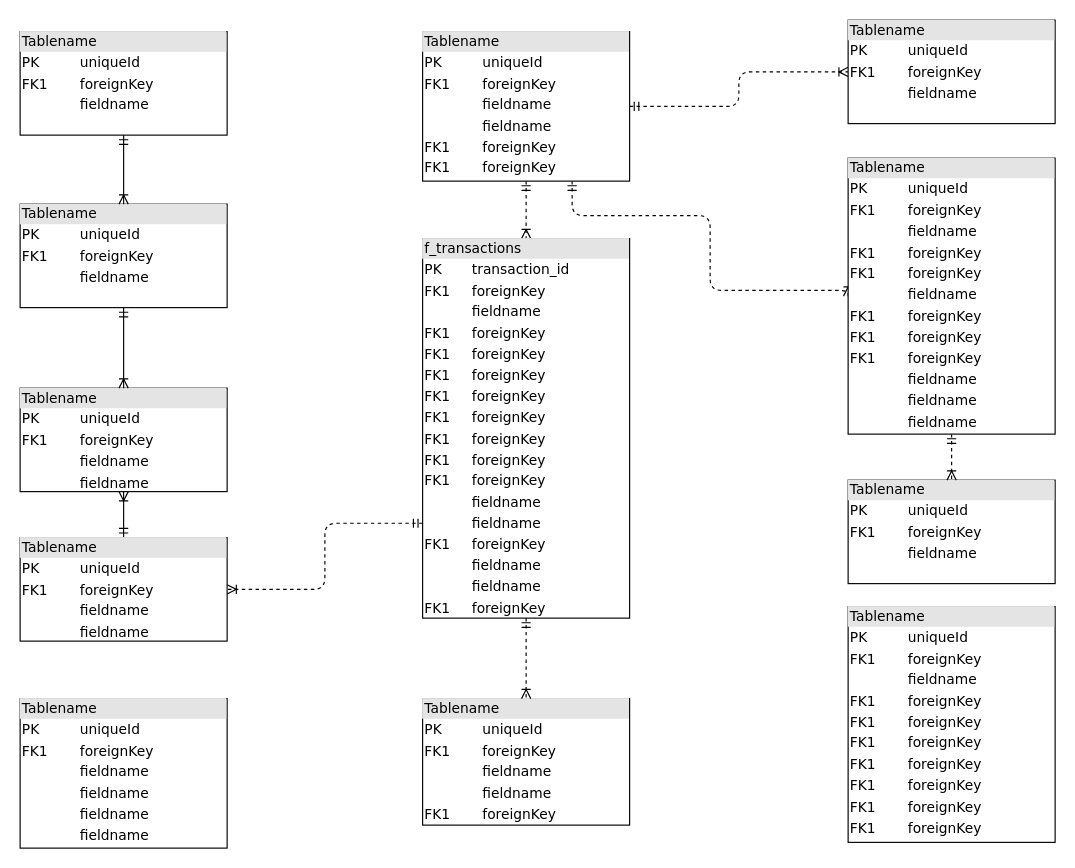
Earlier version of the draw.io diagram Untitled Diagram.drawio (kimgiao1202/my-monmon). Source tidied: cells renumbered, new cells numbered last; positions are measured from the earlier drawing's top-left corner, leaving out a move shared by most shapes. Both pictures are drawn from the tidied source at 115%, with x=0, y=0 at pixel (20, 20).
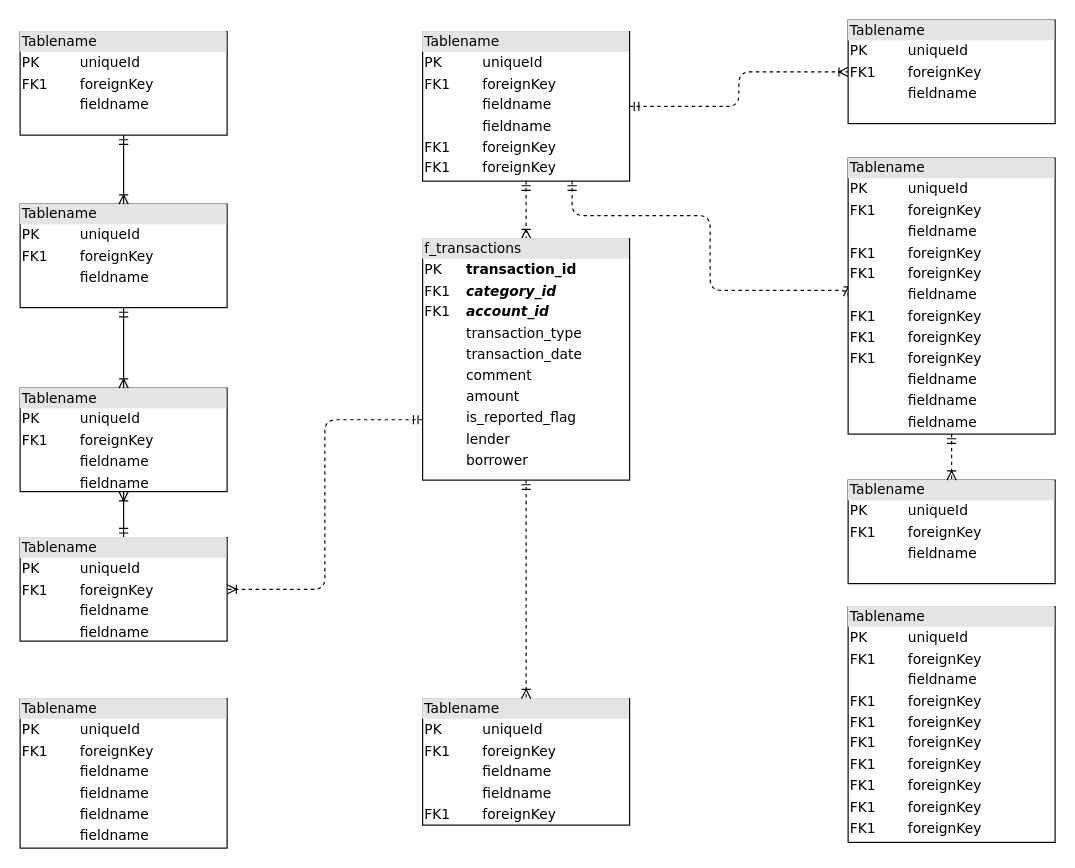
The same diagram, later.

Diff of the diagram source:
```diff
@@
-    <mxCell id="16" value="&lt;div style=&quot;box-sizing: border-box; width: 100%; background: rgb(228, 228, 228); padding: 2px;&quot;&gt;f_transactions&lt;/div&gt;&lt;table style=&quot;width: 100% ; font-size: 1em&quot; cellpadding=&quot;2&quot; cellspacing=&quot;0&quot;&gt;&lt;tbody&gt;&lt;tr&gt;&lt;td&gt;PK&lt;/td&gt;&lt;td&gt;transaction_id&lt;/td&gt;&lt;/tr&gt;&lt;tr&gt;&lt;td&gt;FK1&lt;/td&gt;&lt;td&gt;foreignKey&lt;/td&gt;&lt;/tr&gt;&lt;tr&gt;&lt;td&gt;&lt;/td&gt;&lt;td&gt;fieldname&lt;/td&gt;&lt;/tr&gt;&lt;tr&gt;&lt;td&gt;FK1&lt;br&gt;&lt;/td&gt;&lt;td&gt;foreignKey&lt;br&gt;&lt;/td&gt;&lt;/tr&gt;&lt;tr&gt;&lt;td&gt;FK1&lt;br&gt;&lt;/td&gt;&lt;td&gt;foreignKey&lt;br&gt;&lt;/td&gt;&lt;/tr&gt;&lt;tr&gt;&lt;td&gt;FK1&lt;br&gt;&lt;/td&gt;&lt;td&gt;foreignKey&lt;br&gt;&lt;/td&gt;&lt;/tr&gt;&lt;tr&gt;&lt;td&gt;FK1&lt;br&gt;&lt;/td&gt;&lt;td&gt;foreignKey&lt;br&gt;&lt;/td&gt;&lt;/tr&gt;&lt;tr&gt;&lt;td&gt;FK1&lt;br&gt;&lt;/td&gt;&lt;td&gt;foreignKey&lt;br&gt;&lt;/td&gt;&lt;/tr&gt;&lt;tr&gt;&lt;td&gt;FK1&lt;br&gt;&lt;/td&gt;&lt;td&gt;foreignKey&lt;br&gt;&lt;/td&gt;&lt;/tr&gt;&lt;tr&gt;&lt;td&gt;FK1&lt;br&gt;&lt;/td&gt;&lt;td&gt;foreignKey&lt;br&gt;&lt;/td&gt;&lt;/tr&gt;&lt;tr&gt;&lt;td&gt;FK1&lt;br&gt;&lt;/td&gt;&lt;td&gt;foreignKey&lt;br&gt;&lt;/td&gt;&lt;/tr&gt;&lt;tr&gt;&lt;td&gt;&lt;br&gt;&lt;/td&gt;&lt;td&gt;fieldname&lt;br&gt;&lt;/td&gt;&lt;/tr&gt;&lt;tr&gt;&lt;td&gt;&lt;br&gt;&lt;/td&gt;&lt;td&gt;fieldname&lt;br&gt;&lt;/td&gt;&lt;/tr&gt;&lt;tr&gt;&lt;td&gt;FK1&lt;br&gt;&lt;/td&gt;&lt;td&gt;foreignKey&lt;br&gt;&lt;/td&gt;&lt;/tr&gt;&lt;tr&gt;&lt;td&gt;&lt;br&gt;&lt;/td&gt;&lt;td&gt;fieldname&lt;br&gt;&lt;/td&gt;&lt;/tr&gt;&lt;tr&gt;&lt;td&gt;&lt;br&gt;&lt;/td&gt;&lt;td&gt;fieldname&lt;br&gt;&lt;/td&gt;&lt;/tr&gt;&lt;tr&gt;&lt;td&gt;FK1&lt;br&gt;&lt;/td&gt;&lt;td&gt;foreignKey&lt;br&gt;&lt;/td&gt;&lt;/tr&gt;&lt;/tbody&gt;&lt;/table&gt;" style="verticalAlign=top;align=left;overflow=fill;html=1;rounded=0;shadow=0;comic=0;labelBackgroundColor=none;strokeWidth=1;fontFamily=Verdana;fontSize=12;" parent="1" vertex="1">
-      <mxGeometry x="350" y="190" width="180" height="330" as="geometry" />
+    <mxCell id="16" value="&lt;div style=&quot;box-sizing: border-box; width: 100%; background: rgb(228, 228, 228); padding: 2px;&quot;&gt;f_transactions&lt;/div&gt;&lt;table style=&quot;width: 100% ; font-size: 1em&quot; cellpadding=&quot;2&quot; cellspacing=&quot;0&quot;&gt;&lt;tbody&gt;&lt;tr&gt;&lt;td&gt;PK&lt;/td&gt;&lt;td&gt;&lt;b&gt;transaction_id&lt;/b&gt;&lt;/td&gt;&lt;/tr&gt;&lt;tr&gt;&lt;td&gt;FK1&lt;/td&gt;&lt;td&gt;&lt;b&gt;&lt;i&gt;category_id&lt;/i&gt;&lt;/b&gt;&lt;/td&gt;&lt;/tr&gt;&lt;tr&gt;&lt;td&gt;FK1&lt;/td&gt;&lt;td&gt;&lt;b&gt;&lt;i&gt;account_id&lt;/i&gt;&lt;/b&gt;&lt;/td&gt;&lt;/tr&gt;&lt;tr&gt;&lt;td&gt;&lt;br&gt;&lt;/td&gt;&lt;td&gt;transaction_type&lt;br&gt;&lt;/td&gt;&lt;/tr&gt;&lt;tr&gt;&lt;td&gt;&lt;br&gt;&lt;/td&gt;&lt;td&gt;transaction_date&lt;/td&gt;&lt;/tr&gt;&lt;tr&gt;&lt;td&gt;&lt;br&gt;&lt;/td&gt;&lt;td&gt;comment&lt;br&gt;&lt;/td&gt;&lt;/tr&gt;&lt;tr&gt;&lt;td&gt;&lt;br&gt;&lt;/td&gt;&lt;td&gt;amount&lt;br&gt;&lt;/td&gt;&lt;/tr&gt;&lt;tr&gt;&lt;td&gt;&lt;br&gt;&lt;/td&gt;&lt;td&gt;is_reported_flag&lt;br&gt;&lt;/td&gt;&lt;/tr&gt;&lt;tr&gt;&lt;td&gt;&lt;br&gt;&lt;/td&gt;&lt;td&gt;lender&lt;br&gt;&lt;/td&gt;&lt;/tr&gt;&lt;tr&gt;&lt;td&gt;&lt;br&gt;&lt;/td&gt;&lt;td&gt;borrower&lt;br&gt;&lt;/td&gt;&lt;/tr&gt;&lt;tr&gt;&lt;td&gt;&lt;br&gt;&lt;/td&gt;&lt;td&gt;&lt;br&gt;&lt;/td&gt;&lt;/tr&gt;&lt;tr&gt;&lt;td&gt;&lt;br&gt;&lt;/td&gt;&lt;td&gt;&lt;/td&gt;&lt;/tr&gt;&lt;tr&gt;&lt;td&gt;&lt;br&gt;&lt;/td&gt;&lt;td&gt;&lt;br&gt;&lt;/td&gt;&lt;/tr&gt;&lt;tr&gt;&lt;td&gt;&lt;br&gt;&lt;/td&gt;&lt;td&gt;&lt;br&gt;&lt;/td&gt;&lt;/tr&gt;&lt;tr&gt;&lt;td&gt;&lt;br&gt;&lt;/td&gt;&lt;td&gt;&lt;br&gt;&lt;/td&gt;&lt;/tr&gt;&lt;tr&gt;&lt;td&gt;&lt;br&gt;&lt;/td&gt;&lt;td&gt;&lt;br&gt;&lt;/td&gt;&lt;/tr&gt;&lt;tr&gt;&lt;td&gt;&lt;br&gt;&lt;/td&gt;&lt;td&gt;&lt;br&gt;&lt;/td&gt;&lt;/tr&gt;&lt;/tbody&gt;&lt;/table&gt;" style="verticalAlign=top;align=left;overflow=fill;html=1;rounded=0;shadow=0;comic=0;labelBackgroundColor=none;strokeWidth=1;fontFamily=Verdana;fontSize=12;" parent="1" vertex="1">
+      <mxGeometry x="350" y="190" width="180" height="210" as="geometry" />
     </mxCell>
```
